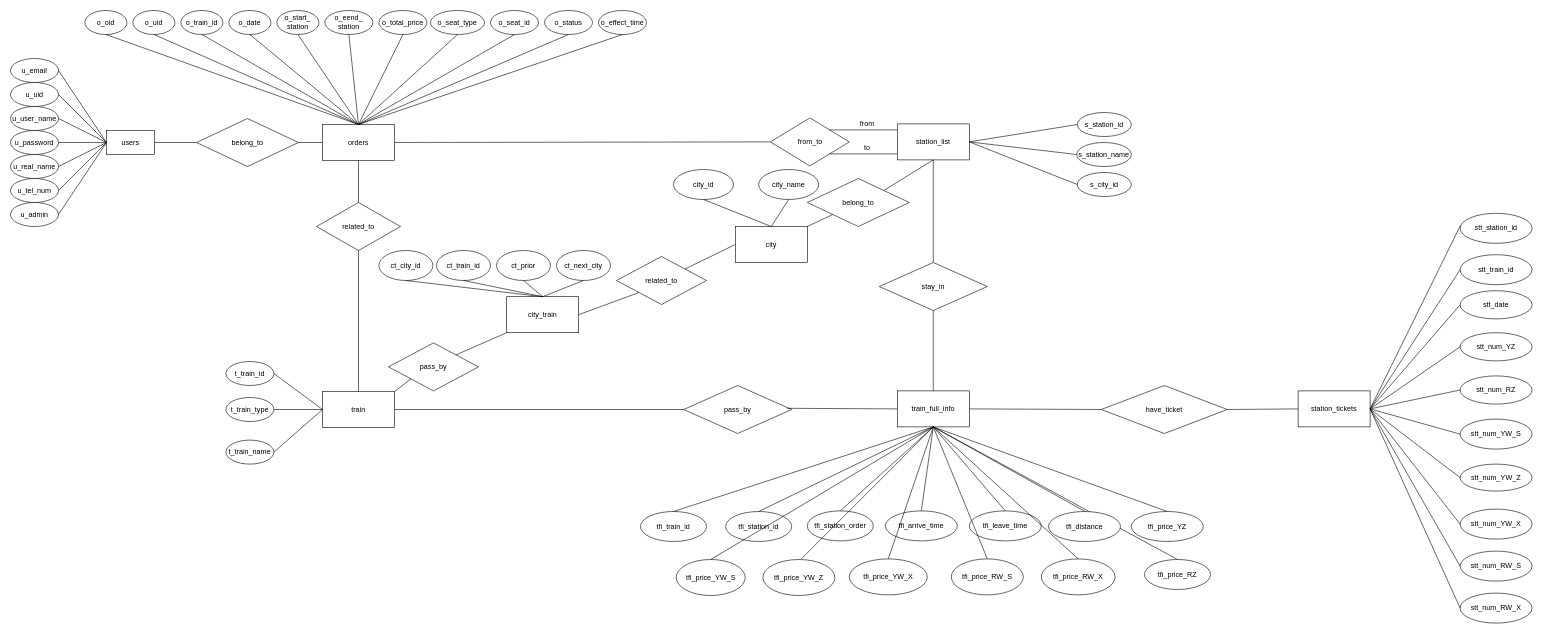
The draw.io diagram RE_2.drawio in ETOgaosion/12306, before the edit. Source tidied: cells renumbered, new cells numbered last; positions are measured from the earlier drawing's top-left corner, leaving out a move shared by most shapes. Both pictures are drawn from the tidied source at 60%, with x=0, y=0 at pixel (10, 10).
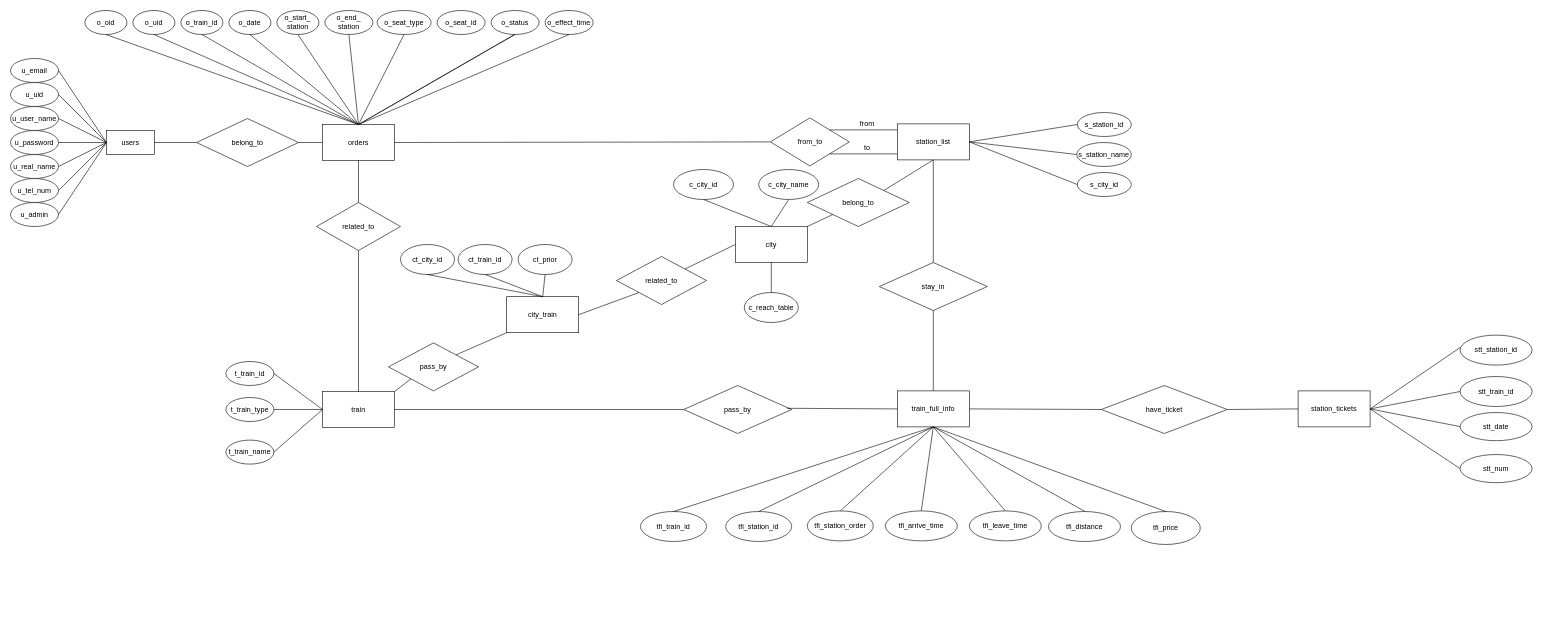
After the change.

Unchanged cells that the change refers to:
```xml
<mxCell id="58" value="train_full_info" style="rounded=0;whiteSpace=wrap;html=1;" parent="1" vertex="1">
  <mxGeometry x="1478" y="634" width="120" height="60" as="geometry" />
</mxCell>
<mxCell id="93" value="station_tickets" style="rounded=0;whiteSpace=wrap;html=1;" parent="1" vertex="1">
  <mxGeometry x="2146" y="634" width="120" height="60" as="geometry" />
</mxCell>
<mxCell id="117" value="city" style="rounded=0;whiteSpace=wrap;html=1;" parent="1" vertex="1">
  <mxGeometry x="1208" y="360" width="120" height="60" as="geometry" />
</mxCell>
<mxCell id="127" value="city_train" style="rounded=0;whiteSpace=wrap;html=1;" parent="1" vertex="1">
  <mxGeometry x="827" y="477" width="120" height="60" as="geometry" />
</mxCell>
```

Diff of the diagram source:
```diff
@@
-    <mxCell id="26" value="o_eend_&lt;br&gt;station" style="ellipse;whiteSpace=wrap;html=1;" parent="1" vertex="1">
+    <mxCell id="26" value="o_end_&lt;br&gt;station" style="ellipse;whiteSpace=wrap;html=1;" parent="1" vertex="1">
       <mxGeometry x="524" width="80" height="40" as="geometry" />
     </mxCell>
-    <mxCell id="27" value="o_total_price" style="ellipse;whiteSpace=wrap;html=1;" parent="1" vertex="1">
-      <mxGeometry x="614" width="80" height="40" as="geometry" />
-    </mxCell>
     <mxCell id="28" value="o_status" style="ellipse;whiteSpace=wrap;html=1;" parent="1" vertex="1">
-      <mxGeometry x="890" width="80" height="40" as="geometry" />
+      <mxGeometry x="801" width="80" height="40" as="geometry" />
     </mxCell>
     <mxCell id="29" value="o_effect_time" style="ellipse;whiteSpace=wrap;html=1;" parent="1" vertex="1">
-      <mxGeometry x="980" width="80" height="40" as="geometry" />
+      <mxGeometry x="891" width="80" height="40" as="geometry" />
     </mxCell>
@@
-    <mxCell id="36" style="endArrow=none;html=1;rounded=0;entryX=0.5;entryY=1;entryDx=0;entryDy=0;" parent="1" edge="1" target="27">
-      <mxGeometry relative="1" as="geometry">
-        <mxPoint x="580" y="190" as="sourcePoint" />
-      </mxGeometry>
-    </mxCell>
@@
-    <mxCell id="66" value="tfi_price_YZ" style="ellipse;whiteSpace=wrap;html=1;" parent="1" vertex="1">
-      <mxGeometry x="1868" y="835" width="120" height="50" as="geometry" />
-    </mxCell>
-    <mxCell id="67" value="tfi_price_RZ" style="ellipse;whiteSpace=wrap;html=1;" parent="1" vertex="1">
-      <mxGeometry x="1890" y="915" width="110" height="50" as="geometry" />
-    </mxCell>
-    <mxCell id="68" value="tfi_price_YW_S" style="ellipse;whiteSpace=wrap;html=1;" parent="1" vertex="1">
-      <mxGeometry x="1109.5" y="915" width="115" height="60" as="geometry" />
+    <mxCell id="68" value="tfi_price" style="ellipse;whiteSpace=wrap;html=1;" parent="1" vertex="1">
+      <mxGeometry x="1868" y="835" width="115" height="55" as="geometry" />
     </mxCell>
-    <mxCell id="69" value="tfi_price_YW_Z" style="ellipse;whiteSpace=wrap;html=1;" parent="1" vertex="1">
-      <mxGeometry x="1254" y="915" width="120" height="60" as="geometry" />
-    </mxCell>
-    <mxCell id="70" value="tfi_price_YW_X" style="ellipse;whiteSpace=wrap;html=1;" parent="1" vertex="1">
-      <mxGeometry x="1398" y="914" width="130" height="60" as="geometry" />
-    </mxCell>
-    <mxCell id="71" value="tfi_price_RW_S" style="ellipse;whiteSpace=wrap;html=1;" parent="1" vertex="1">
-      <mxGeometry x="1568" y="914" width="120" height="60" as="geometry" />
-    </mxCell>
-    <mxCell id="72" value="tfi_price_RW_X" style="ellipse;whiteSpace=wrap;html=1;" parent="1" vertex="1">
-      <mxGeometry x="1718" y="914" width="123" height="60" as="geometry" />
-    </mxCell>
@@
-    <mxCell id="78" style="endArrow=none;html=1;rounded=0;entryX=0.5;entryY=1;entryDx=0;entryDy=0;exitX=0.5;exitY=0;exitDx=0;exitDy=0;" parent="1" edge="1" source="66" target="58">
-      <mxGeometry relative="1" as="geometry" />
-    </mxCell>
-    <mxCell id="79" style="endArrow=none;html=1;rounded=0;entryX=0.5;entryY=1;entryDx=0;entryDy=0;exitX=0.5;exitY=0;exitDx=0;exitDy=0;" parent="1" edge="1" source="67" target="58">
-      <mxGeometry relative="1" as="geometry" />
-    </mxCell>
@@
-    <mxCell id="81" style="endArrow=none;html=1;rounded=0;entryX=0.5;entryY=1;entryDx=0;entryDy=0;" parent="1" edge="1" target="58">
-      <mxGeometry relative="1" as="geometry">
-        <mxPoint x="1318" y="914" as="sourcePoint" />
-      </mxGeometry>
-    </mxCell>
-    <mxCell id="82" style="endArrow=none;html=1;rounded=0;entryX=0.5;entryY=1;entryDx=0;entryDy=0;exitX=0.5;exitY=0;exitDx=0;exitDy=0;" parent="1" edge="1" source="70" target="58">
-      <mxGeometry relative="1" as="geometry" />
-    </mxCell>
-    <mxCell id="83" style="endArrow=none;html=1;rounded=0;entryX=0.5;entryY=1;entryDx=0;entryDy=0;exitX=0.5;exitY=0;exitDx=0;exitDy=0;" parent="1" edge="1" source="71" target="58">
-      <mxGeometry relative="1" as="geometry" />
-    </mxCell>
-    <mxCell id="84" style="endArrow=none;html=1;rounded=0;exitX=0.5;exitY=0;exitDx=0;exitDy=0;entryX=0.5;entryY=1;entryDx=0;entryDy=0;" parent="1" edge="1" source="72" target="58">
-      <mxGeometry relative="1" as="geometry" />
-    </mxCell>
@@
     <mxCell id="95" value="stt_station_id" style="ellipse;whiteSpace=wrap;html=1;" parent="1" vertex="1">
-      <mxGeometry x="2416" y="338" width="120" height="50" as="geometry" />
+      <mxGeometry x="2416" y="541" width="120" height="50" as="geometry" />
     </mxCell>
     <mxCell id="96" value="stt_train_id" style="ellipse;whiteSpace=wrap;html=1;" parent="1" vertex="1">
-      <mxGeometry x="2416" y="407" width="120" height="50" as="geometry" />
+      <mxGeometry x="2416" y="610" width="120" height="50" as="geometry" />
     </mxCell>
     <mxCell id="97" value="stt_date" style="ellipse;whiteSpace=wrap;html=1;" parent="1" vertex="1">
-      <mxGeometry x="2416" y="467" width="120" height="47" as="geometry" />
+      <mxGeometry x="2416" y="670" width="120" height="47" as="geometry" />
     </mxCell>
-    <mxCell id="98" value="stt_num_YZ" style="ellipse;whiteSpace=wrap;html=1;" parent="1" vertex="1">
-      <mxGeometry x="2416" y="537" width="120" height="47" as="geometry" />
+    <mxCell id="98" value="stt_num" style="ellipse;whiteSpace=wrap;html=1;" parent="1" vertex="1">
+      <mxGeometry x="2416" y="740" width="120" height="47" as="geometry" />
     </mxCell>
-    <mxCell id="99" value="stt_num_RZ" style="ellipse;whiteSpace=wrap;html=1;" parent="1" vertex="1">
-      <mxGeometry x="2416" y="609" width="120" height="47" as="geometry" />
-    </mxCell>
-    <mxCell id="100" value="stt_num_YW_S" style="ellipse;whiteSpace=wrap;html=1;" parent="1" vertex="1">
-      <mxGeometry x="2416" y="681" width="120" height="50" as="geometry" />
-    </mxCell>
-    <mxCell id="101" value="stt_num_YW_Z" style="ellipse;whiteSpace=wrap;html=1;" parent="1" vertex="1">
-      <mxGeometry x="2416" y="756" width="120" height="45" as="geometry" />
-    </mxCell>
-    <mxCell id="102" value="stt_num_YW_X" style="ellipse;whiteSpace=wrap;html=1;" parent="1" vertex="1">
-      <mxGeometry x="2416" y="831" width="120" height="50" as="geometry" />
-    </mxCell>
-    <mxCell id="103" value="stt_num_RW_S" style="ellipse;whiteSpace=wrap;html=1;" parent="1" vertex="1">
-      <mxGeometry x="2416" y="901" width="120" height="50" as="geometry" />
-    </mxCell>
-    <mxCell id="104" value="stt_num_RW_X" style="ellipse;whiteSpace=wrap;html=1;" parent="1" vertex="1">
-      <mxGeometry x="2416" y="971" width="120" height="50" as="geometry" />
-    </mxCell>
@@
-    <mxCell id="109" style="endArrow=none;html=1;rounded=0;exitX=1;exitY=0.5;exitDx=0;exitDy=0;entryX=0;entryY=0.5;entryDx=0;entryDy=0;" parent="1" edge="1" source="93" target="99">
-      <mxGeometry relative="1" as="geometry" />
-    </mxCell>
-    <mxCell id="110" style="endArrow=none;html=1;rounded=0;exitX=1;exitY=0.5;exitDx=0;exitDy=0;entryX=0;entryY=0.5;entryDx=0;entryDy=0;" parent="1" edge="1" source="93" target="100">
-      <mxGeometry relative="1" as="geometry" />
-    </mxCell>
-    <mxCell id="111" style="endArrow=none;html=1;rounded=0;exitX=1;exitY=0.5;exitDx=0;exitDy=0;entryX=0;entryY=0.5;entryDx=0;entryDy=0;" parent="1" edge="1" source="93" target="101">
-      <mxGeometry relative="1" as="geometry" />
-    </mxCell>
-    <mxCell id="112" style="endArrow=none;html=1;rounded=0;entryX=1;entryY=0.5;entryDx=0;entryDy=0;exitX=0;exitY=0.5;exitDx=0;exitDy=0;" parent="1" edge="1" source="102" target="93">
-      <mxGeometry relative="1" as="geometry" />
-    </mxCell>
-    <mxCell id="113" style="endArrow=none;html=1;rounded=0;entryX=1;entryY=0.5;entryDx=0;entryDy=0;exitX=0;exitY=0.5;exitDx=0;exitDy=0;" parent="1" edge="1" source="103" target="93">
-      <mxGeometry relative="1" as="geometry" />
-    </mxCell>
-    <mxCell id="114" style="endArrow=none;html=1;rounded=0;entryX=1;entryY=0.5;entryDx=0;entryDy=0;exitX=0;exitY=0.5;exitDx=0;exitDy=0;" parent="1" edge="1" source="104" target="93">
-      <mxGeometry relative="1" as="geometry" />
-    </mxCell>
@@
-    <mxCell id="119" value="city_id" style="ellipse;whiteSpace=wrap;html=1;" parent="1" vertex="1">
+    <mxCell id="119" value="c_city_id" style="ellipse;whiteSpace=wrap;html=1;" parent="1" vertex="1">
       <mxGeometry x="1105" y="265" width="100" height="50" as="geometry" />
     </mxCell>
@@
-    <mxCell id="121" value="city_name" style="ellipse;whiteSpace=wrap;html=1;" parent="1" vertex="1">
+    <mxCell id="121" value="c_city_name" style="ellipse;whiteSpace=wrap;html=1;" parent="1" vertex="1">
       <mxGeometry x="1247" y="265" width="100" height="50" as="geometry" />
     </mxCell>
@@
     <mxCell id="123" value="o_seat_type" style="ellipse;whiteSpace=wrap;html=1;" parent="1" vertex="1">
-      <mxGeometry x="700" width="90" height="40" as="geometry" />
+      <mxGeometry x="611" width="90" height="40" as="geometry" />
     </mxCell>
@@
     <mxCell id="132" value="ct_city_id" style="ellipse;whiteSpace=wrap;html=1;" parent="1" vertex="1">
-      <mxGeometry x="614" y="400" width="90" height="50" as="geometry" />
+      <mxGeometry x="650" y="390" width="90" height="50" as="geometry" />
     </mxCell>
     <mxCell id="133" value="ct_train_id" style="ellipse;whiteSpace=wrap;html=1;" parent="1" vertex="1">
-      <mxGeometry x="710" y="400" width="90" height="50" as="geometry" />
+      <mxGeometry x="746" y="390" width="90" height="50" as="geometry" />
     </mxCell>
     <mxCell id="134" value="ct_prior" style="ellipse;whiteSpace=wrap;html=1;" parent="1" vertex="1">
-      <mxGeometry x="810" y="400" width="90" height="50" as="geometry" />
+      <mxGeometry x="846" y="390" width="90" height="50" as="geometry" />
     </mxCell>
-    <mxCell id="135" value="ct_next_city" style="ellipse;whiteSpace=wrap;html=1;" parent="1" vertex="1">
-      <mxGeometry x="910" y="400" width="90" height="50" as="geometry" />
-    </mxCell>
@@
-    <mxCell id="139" style="endArrow=none;html=1;rounded=0;entryX=0.5;entryY=0;entryDx=0;entryDy=0;exitX=0.5;exitY=1;exitDx=0;exitDy=0;" parent="1" edge="1" source="135" target="127">
-      <mxGeometry relative="1" as="geometry" />
-    </mxCell>
@@
     <mxCell id="145" value="o_seat_id" style="ellipse;whiteSpace=wrap;html=1;" parent="1" vertex="1">
-      <mxGeometry x="800" width="80" height="40" as="geometry" />
+      <mxGeometry x="711" width="80" height="40" as="geometry" />
     </mxCell>
@@
+    <mxCell id="147" value="c_reach_table" style="ellipse;whiteSpace=wrap;html=1;" parent="1" vertex="1">
+      <mxGeometry x="1223" y="470" width="90" height="50" as="geometry" />
+    </mxCell>
+    <mxCell id="148" style="endArrow=none;html=1;rounded=0;entryX=0.5;entryY=1;entryDx=0;entryDy=0;exitX=0.5;exitY=0;exitDx=0;exitDy=0;" parent="1" edge="1" source="147" target="117">
+      <mxGeometry relative="1" as="geometry" />
+    </mxCell>
```
